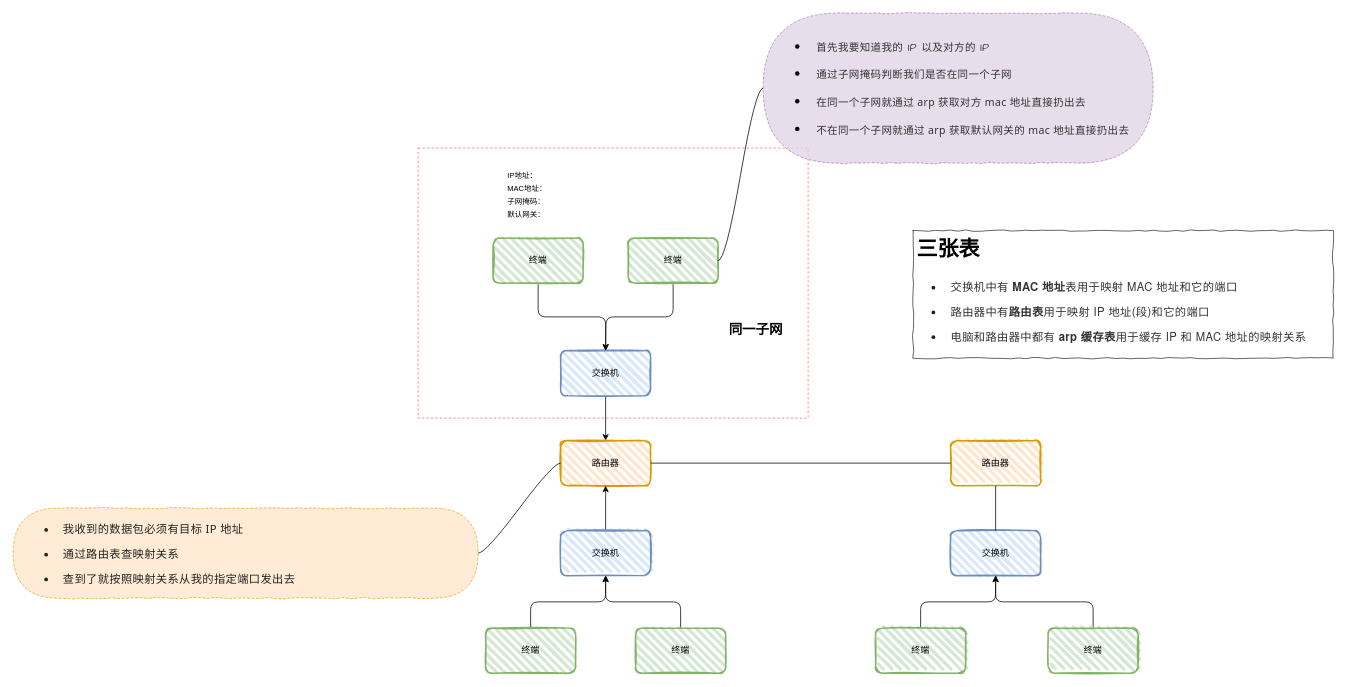
doctorFei/imageHub keeps this draw.io diagram as tcp.drawio. Above is the earlier version. Source tidied: cells renumbered, new cells numbered last; positions are measured from the earlier drawing's top-left corner, leaving out a move shared by most shapes. Both pictures are drawn from the tidied source at 75%, with x=0, y=0 at pixel (13, 13). Pictures stored in the file or linked from it are replaced by grey dashed boxes.
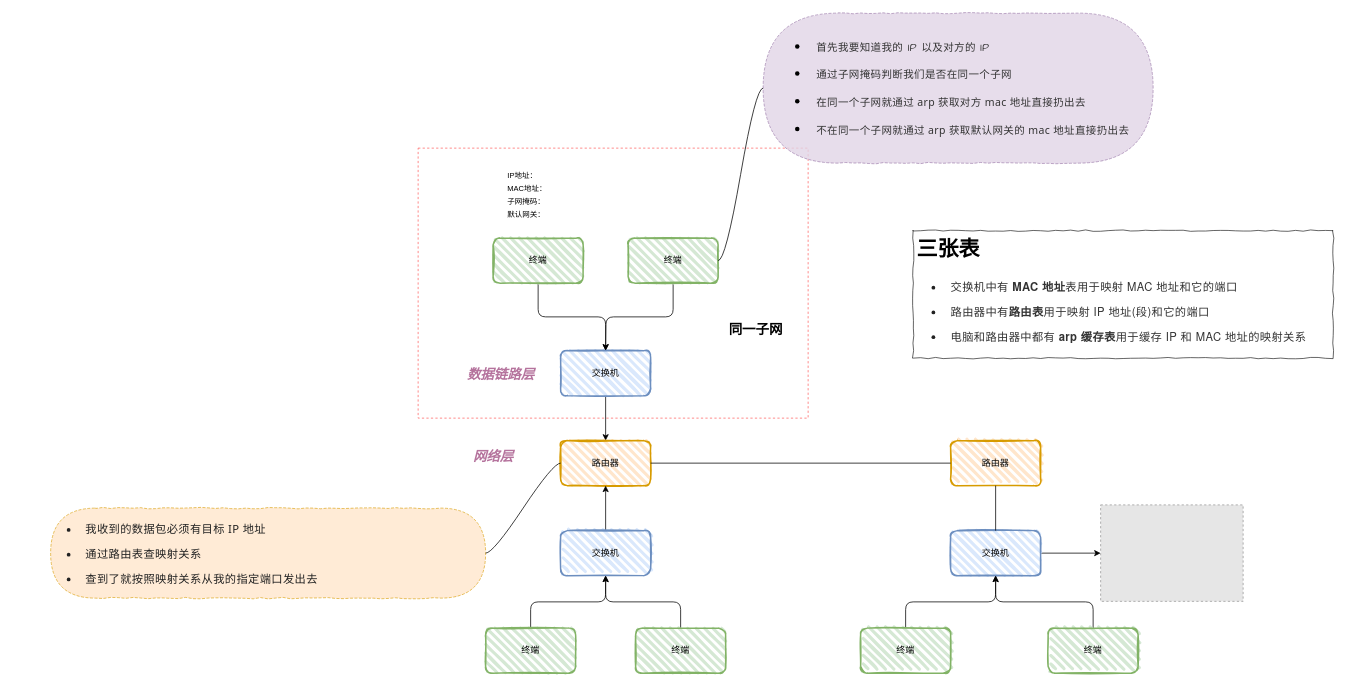
After the change.

Unchanged cells that the change refers to:
```xml
<mxCell id="18" value="交换机" style="rounded=1;whiteSpace=wrap;html=1;strokeWidth=2;fillWeight=4;hachureGap=8;hachureAngle=45;fillColor=#dae8fc;sketch=1;strokeColor=#6c8ebf;" parent="1" vertex="1">
  <mxGeometry x="1250" y="690" width="120" height="60" as="geometry" />
</mxCell>
```

Change to the diagram source:
```diff
@@
+    <mxCell id="31" style="edgeStyle=orthogonalEdgeStyle;shape=connector;rounded=1;jettySize=auto;html=1;labelBackgroundColor=default;fontFamily=Comic Sans MS;fontSize=14;fontColor=default;endArrow=classic;strokeColor=default;" parent="1" edge="1" source="18" target="32">
+      <mxGeometry relative="1" as="geometry" />
+    </mxCell>
@@
     <mxCell id="20" value="终端" style="rounded=1;whiteSpace=wrap;html=1;strokeWidth=2;fillWeight=4;hachureGap=8;hachureAngle=45;fillColor=#d5e8d4;sketch=1;strokeColor=#82b366;" parent="1" vertex="1">
-      <mxGeometry x="1150" y="820" width="120" height="60" as="geometry" />
+      <mxGeometry x="1130" y="820" width="120" height="60" as="geometry" />
     </mxCell>
@@
     <mxCell id="28" value="&lt;ul style=&quot;margin: 0px; padding: 0px 0px 0px 2.2em; outline: 0px; max-width: 100%; color: rgb(34, 34, 34); font-family: system-ui, -apple-system, &amp;quot;system-ui&amp;quot;, &amp;quot;Helvetica Neue&amp;quot;, &amp;quot;PingFang SC&amp;quot;, &amp;quot;Hiragino Sans GB&amp;quot;, &amp;quot;Microsoft YaHei UI&amp;quot;, &amp;quot;Microsoft YaHei&amp;quot;, Arial, sans-serif; font-size: 17px; letter-spacing: 0.544px; text-align: justify; width: 577.422px; box-sizing: border-box !important; overflow-wrap: break-word !important;&quot; class=&quot;list-paddingleft-2&quot;&gt;&lt;li style=&quot;margin: 0px; padding: 0px; outline: 0px; max-width: 100%; font-size: 15px; letter-spacing: 0.5px; box-sizing: border-box !important; overflow-wrap: break-word !important;&quot;&gt;&lt;p style=&quot;margin: 5px 0.5em; padding: 0px; outline: 0px; max-width: 100%; clear: both; min-height: 1em; text-align: left; letter-spacing: 0px; font-size: 16px; line-height: 1.75; box-sizing: border-box !important; overflow-wrap: break-word !important;&quot;&gt;&lt;span style=&quot;margin: 0px; padding: 0px; outline: 0px; max-width: 100%; font-size: 15px; letter-spacing: 0.5px; box-sizing: border-box !important; overflow-wrap: break-word !important;&quot;&gt;我收到的数据包必须有目标&amp;nbsp;IP 地址&lt;/span&gt;&lt;/p&gt;&lt;/li&gt;&lt;li style=&quot;margin: 0px; padding: 0px; outline: 0px; max-width: 100%; font-size: 15px; letter-spacing: 0.5px; box-sizing: border-box !important; overflow-wrap: break-word !important;&quot;&gt;&lt;p style=&quot;margin: 5px 0.5em; padding: 0px; outline: 0px; max-width: 100%; box-sizing: border-box !important; overflow-wrap: break-word !important; clear: both; min-height: 1em; text-align: left; letter-spacing: 0px; font-size: 16px; line-height: 1.75;&quot;&gt;&lt;span style=&quot;margin: 0px; padding: 0px; outline: 0px; max-width: 100%; font-size: 15px; letter-spacing: 0.5px; box-sizing: border-box !important; overflow-wrap: break-word !important;&quot;&gt;通过路由表查映射关系&lt;/span&gt;&lt;/p&gt;&lt;/li&gt;&lt;li style=&quot;margin: 0px; padding: 0px; outline: 0px; max-width: 100%; font-size: 15px; letter-spacing: 0.5px; box-sizing: border-box !important; overflow-wrap: break-word !important;&quot;&gt;&lt;p style=&quot;margin: 5px 0.5em; padding: 0px; outline: 0px; max-width: 100%; clear: both; min-height: 1em; text-align: left; letter-spacing: 0px; font-size: 16px; line-height: 1.75; box-sizing: border-box !important; overflow-wrap: break-word !important;&quot;&gt;&lt;span style=&quot;margin: 0px; padding: 0px; outline: 0px; max-width: 100%; font-size: 15px; letter-spacing: 0.5px; box-sizing: border-box !important; overflow-wrap: break-word !important;&quot;&gt;查到了就按照映射关系从我的指定端口发出去&lt;/span&gt;&lt;/p&gt;&lt;/li&gt;&lt;/ul&gt;" style="whiteSpace=wrap;html=1;rounded=1;arcSize=50;align=center;verticalAlign=middle;strokeWidth=1;spacing=4;newEdgeStyle={&quot;edgeStyle&quot;:&quot;entityRelationEdgeStyle&quot;,&quot;startArrow&quot;:&quot;none&quot;,&quot;endArrow&quot;:&quot;none&quot;,&quot;segment&quot;:10,&quot;curved&quot;:1};dashed=1;labelBackgroundColor=none;comic=1;fillStyle=auto;fontFamily=Comic Sans MS;fontSize=18;opacity=80;direction=east;fillColor=#ffe6cc;strokeColor=#d79b00;" parent="1" vertex="1">
-      <mxGeometry y="660" width="620" height="120" as="geometry" />
+      <mxGeometry x="50" y="660" width="580" height="120" as="geometry" />
     </mxCell>
@@
+    <mxCell id="32" style="fillColor=#E6E6E6;strokeColor=#999999;dashed=1;verticalLabelPosition=bottom;labelBackgroundColor=default;verticalAlign=top;" parent="1" vertex="1">
+      <mxGeometry x="1450" y="655.7" width="190" height="128.6" as="geometry" />
+    </mxCell>
+    <mxCell id="33" value="&lt;font color=&quot;#b5739d&quot; style=&quot;font-size: 18px;&quot; face=&quot;Comic Sans MS&quot;&gt;&lt;i&gt;数据链路层&lt;/i&gt;&lt;/font&gt;" style="text;strokeColor=none;fillColor=none;html=1;fontSize=24;fontStyle=1;verticalAlign=middle;align=center;dashed=1;fillStyle=dashed;fontFamily=Helvetica;fontColor=default;" parent="1" vertex="1">
+      <mxGeometry x="600" y="460" width="100" height="40" as="geometry" />
+    </mxCell>
+    <mxCell id="34" value="&lt;font color=&quot;#b5739d&quot; style=&quot;font-size: 18px;&quot; face=&quot;Comic Sans MS&quot;&gt;&lt;i&gt;网络层&lt;/i&gt;&lt;/font&gt;" style="text;strokeColor=none;fillColor=none;html=1;fontSize=24;fontStyle=1;verticalAlign=middle;align=center;dashed=1;fillStyle=dashed;fontFamily=Helvetica;fontColor=default;" parent="1" vertex="1">
+      <mxGeometry x="590" y="570" width="100" height="40" as="geometry" />
+    </mxCell>
```
